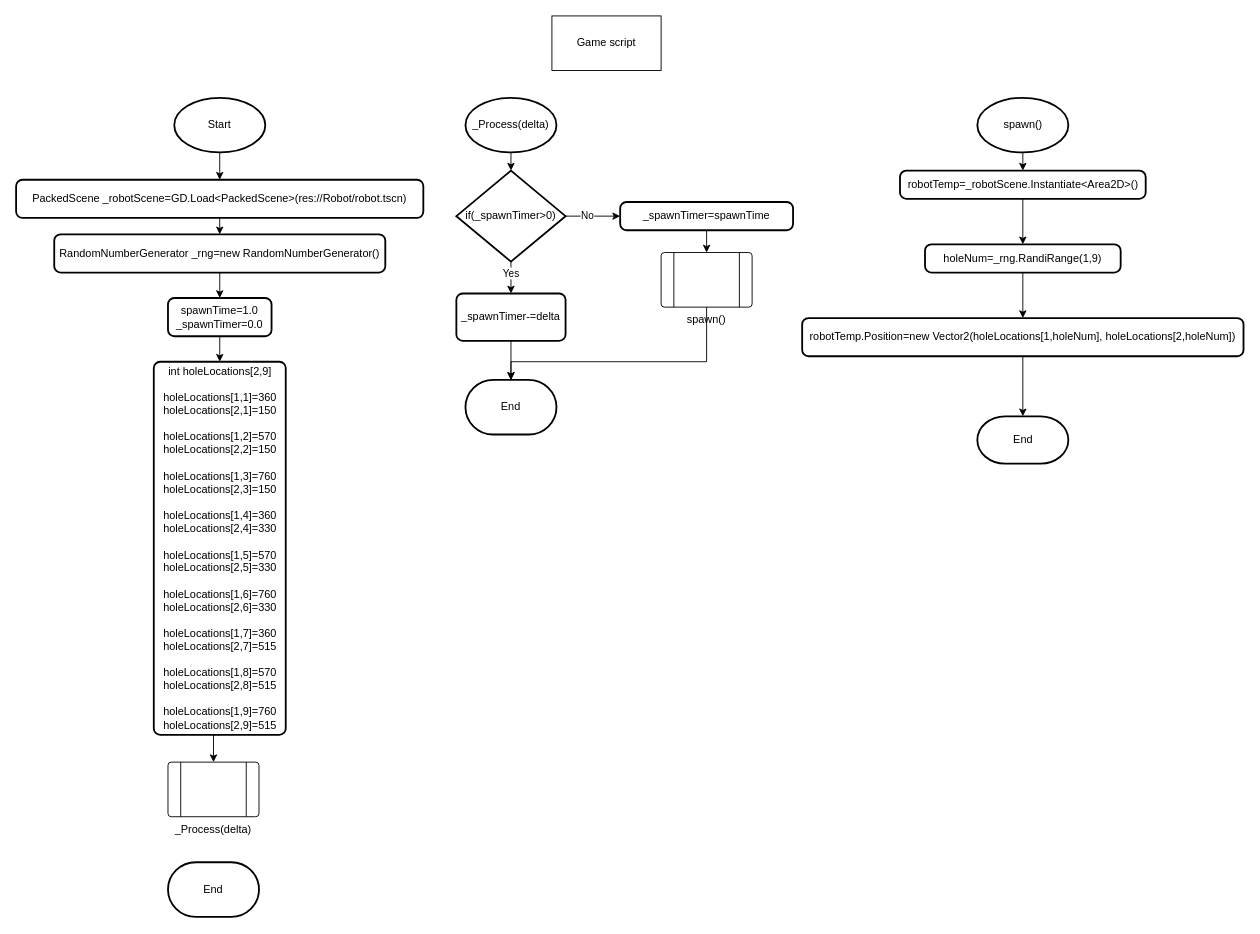
Earlier version of the draw.io diagram whack-a-robot/Game/game flowchart.drawio (BHASVIC-Kasper25/Whack-a-Robot). Source tidied: cells renumbered, new cells numbered last; positions are measured from the earlier drawing's top-left corner, leaving out a move shared by most shapes. Both pictures are drawn from the tidied source at 91%, with x=0, y=0 at pixel (15, 15).
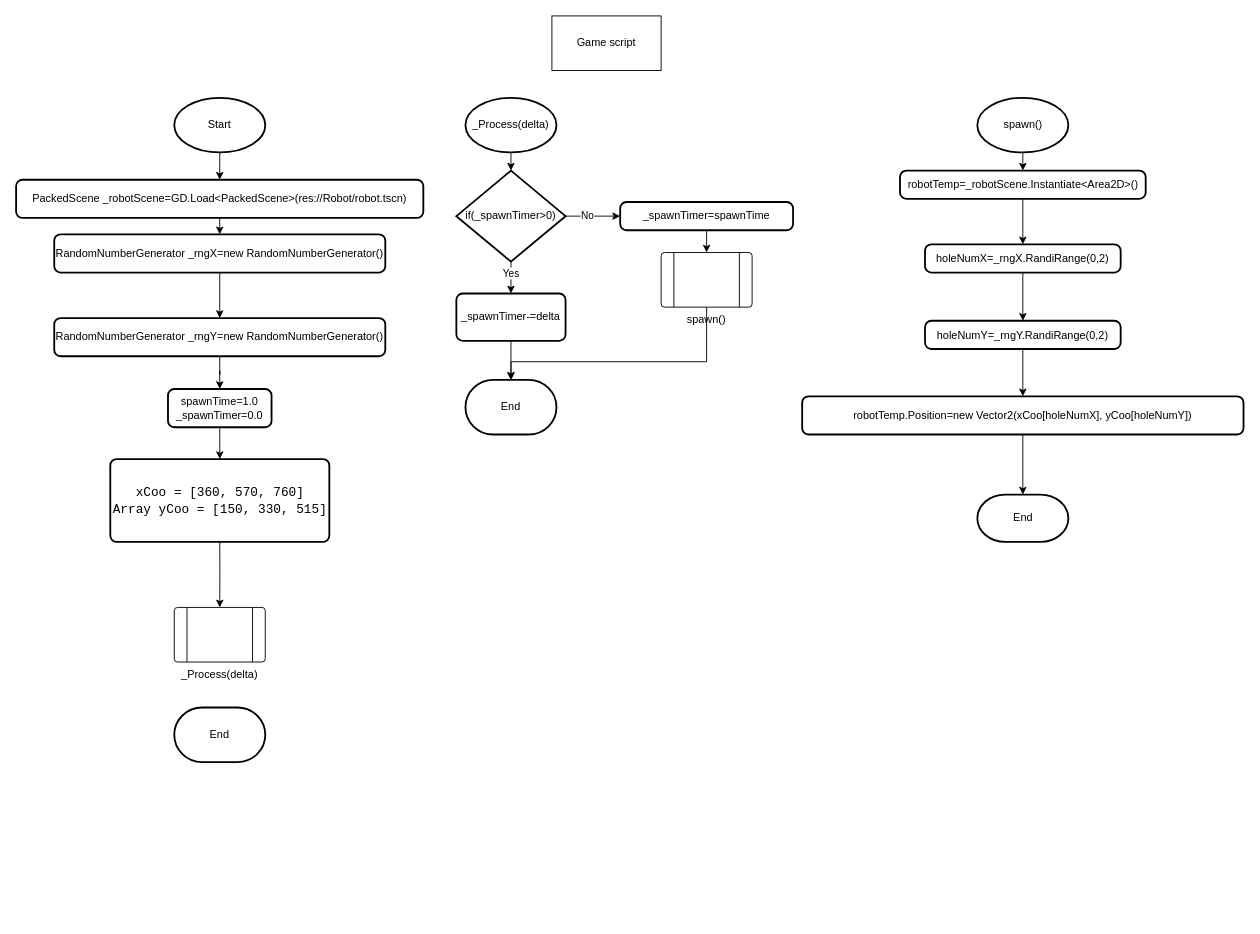
Above is the later version.

The edit, as a diff of the source:
```diff
@@
     <mxCell id="3" value="_Process(delta)" style="verticalLabelPosition=bottom;verticalAlign=top;html=1;shape=process;whiteSpace=wrap;rounded=1;size=0.14;arcSize=6;" parent="1" vertex="1">
-      <mxGeometry x="167.1" y="820" width="100" height="60" as="geometry" />
+      <mxGeometry x="174" y="650" width="100" height="60" as="geometry" />
     </mxCell>
@@
-    <mxCell id="8" style="edgeStyle=orthogonalEdgeStyle;rounded=0;jettySize=auto;html=1;exitX=0.5;exitY=1;exitDx=0;exitDy=0;entryX=0.5;entryY=0;entryDx=0;entryDy=0;" parent="1" edge="1" source="9" target="11">
-      <mxGeometry relative="1" as="geometry" />
-    </mxCell>
+    <mxCell id="38" style="edgeStyle=orthogonalEdgeStyle;rounded=0;jettySize=auto;html=1;exitX=0.5;exitY=1;exitDx=0;exitDy=0;entryX=0.5;entryY=0;entryDx=0;entryDy=0;" parent="1" edge="1" source="9" target="41">
+      <mxGeometry relative="1" as="geometry" />
+    </mxCell>
-    <mxCell id="9" value="RandomNumberGenerator _rng=new RandomNumberGenerator()" style="rounded=1;whiteSpace=wrap;html=1;absoluteArcSize=1;arcSize=14;strokeWidth=2;" parent="1" vertex="1">
+    <mxCell id="9" value="RandomNumberGenerator _rngX=new RandomNumberGenerator()" style="rounded=1;whiteSpace=wrap;html=1;absoluteArcSize=1;arcSize=14;strokeWidth=2;" parent="1" vertex="1">
       <mxGeometry x="42.1" y="240" width="363.8" height="42" as="geometry" />
     </mxCell>
@@
     <mxCell id="11" value="spawnTime=1.0&lt;div&gt;_spawnTimer=0.0&lt;/div&gt;" style="rounded=1;whiteSpace=wrap;html=1;absoluteArcSize=1;arcSize=14;strokeWidth=2;" parent="1" vertex="1">
-      <mxGeometry x="167.1" y="310" width="113.8" height="42" as="geometry" />
+      <mxGeometry x="167.1" y="410" width="113.8" height="42" as="geometry" />
     </mxCell>
@@
-    <mxCell id="27" style="edgeStyle=orthogonalEdgeStyle;rounded=0;jettySize=auto;html=1;exitX=0.5;exitY=1;exitDx=0;exitDy=0;" parent="1" edge="1" source="28" target="31">
-      <mxGeometry relative="1" as="geometry" />
-    </mxCell>
+    <mxCell id="39" style="edgeStyle=orthogonalEdgeStyle;rounded=0;jettySize=auto;html=1;exitX=0.5;exitY=1;exitDx=0;exitDy=0;entryX=0.5;entryY=0;entryDx=0;entryDy=0;" parent="1" edge="1" source="28" target="43">
+      <mxGeometry relative="1" as="geometry" />
+    </mxCell>
-    <mxCell id="28" value="holeNum=_rng.RandiRange(1,9)" style="rounded=1;whiteSpace=wrap;html=1;absoluteArcSize=1;arcSize=14;strokeWidth=2;" parent="1" vertex="1">
+    <mxCell id="28" value="holeNumX=_rngX.RandiRange(0,2)" style="rounded=1;whiteSpace=wrap;html=1;absoluteArcSize=1;arcSize=14;strokeWidth=2;" parent="1" vertex="1">
       <mxGeometry x="999" y="251" width="215" height="31" as="geometry" />
     </mxCell>
@@
-    <mxCell id="30" value="int holeLocations[2,9]&lt;div&gt;&lt;br&gt;&lt;div&gt;holeLocations[1,1]=360&lt;/div&gt;&lt;div&gt;holeLocations[2,1]=150&lt;/div&gt;&lt;div&gt;&lt;br&gt;&lt;/div&gt;&lt;div&gt;&lt;div&gt;holeLocations[1,2]=570&lt;/div&gt;&lt;div&gt;holeLocations[2,2]=150&lt;/div&gt;&lt;/div&gt;&lt;div&gt;&lt;br&gt;&lt;/div&gt;&lt;div&gt;&lt;div&gt;holeLocations[1,3]=760&lt;/div&gt;&lt;div&gt;holeLocations[2,3]=150&lt;/div&gt;&lt;/div&gt;&lt;/div&gt;&lt;div&gt;&lt;br&gt;&lt;/div&gt;&lt;div&gt;&lt;div&gt;holeLocations[1,4]=360&lt;/div&gt;&lt;div&gt;holeLocations[2,4]=330&lt;/div&gt;&lt;div&gt;&lt;br&gt;&lt;/div&gt;&lt;div&gt;&lt;div&gt;holeLocations[1,5]=570&lt;/div&gt;&lt;div&gt;holeLocations[2,5]=330&lt;/div&gt;&lt;/div&gt;&lt;div&gt;&lt;br&gt;&lt;/div&gt;&lt;div&gt;&lt;div&gt;holeLocations[1,6]=760&lt;/div&gt;&lt;div&gt;holeLocations[2,6]=330&lt;/div&gt;&lt;/div&gt;&lt;/div&gt;&lt;div&gt;&lt;br&gt;&lt;/div&gt;&lt;div&gt;&lt;div&gt;holeLocations[1,7]=360&lt;/div&gt;&lt;div&gt;holeLocations[2,7]=515&lt;/div&gt;&lt;div&gt;&lt;br&gt;&lt;/div&gt;&lt;div&gt;&lt;div&gt;holeLocations[1,8]=570&lt;/div&gt;&lt;div&gt;holeLocations[2,8]=515&lt;/div&gt;&lt;/div&gt;&lt;div&gt;&lt;br&gt;&lt;/div&gt;&lt;div&gt;&lt;div&gt;holeLocations[1,9]=760&lt;/div&gt;&lt;div&gt;holeLocations[2,9]=515&lt;/div&gt;&lt;/div&gt;&lt;/div&gt;" style="rounded=1;whiteSpace=wrap;html=1;absoluteArcSize=1;arcSize=14;strokeWidth=2;" parent="1" vertex="1">
-      <mxGeometry x="151.5" y="380" width="145" height="410" as="geometry" />
+    <mxCell id="30" value="&lt;div style=&quot;font-family: Consolas, &amp;quot;Courier New&amp;quot;, monospace; font-size: 14px; line-height: 19px; white-space: pre;&quot;&gt;&lt;span style=&quot;color: rgb(0, 0, 0);&quot;&gt;&lt;div style=&quot;line-height: 19px;&quot;&gt;xCoo = [360, 570, 760]&lt;/div&gt;&lt;/span&gt;&lt;/div&gt;&lt;div style=&quot;font-family: Consolas, &amp;quot;Courier New&amp;quot;, monospace; font-size: 14px; line-height: 19px; white-space: pre;&quot;&gt;&lt;span style=&quot;color: rgb(0, 0, 0);&quot;&gt;Array yCoo = [150, 330, 515]&lt;/span&gt;&lt;/div&gt;" style="rounded=1;whiteSpace=wrap;html=1;absoluteArcSize=1;arcSize=14;strokeWidth=2;" parent="1" vertex="1">
+      <mxGeometry x="103.7" y="487" width="240.7" height="91" as="geometry" />
     </mxCell>
-    <mxCell id="31" value="robotTemp.Position=new Vector2(holeLocations[1,holeNum], holeLocations[2,holeNum])" style="rounded=1;whiteSpace=wrap;html=1;absoluteArcSize=1;arcSize=14;strokeWidth=2;" parent="1" vertex="1">
-      <mxGeometry x="864" y="332" width="485" height="42" as="geometry" />
+    <mxCell id="31" value="robotTemp.Position=new Vector2(xCoo[holeNumX], yCoo[holeNumY])" style="rounded=1;whiteSpace=wrap;html=1;absoluteArcSize=1;arcSize=14;strokeWidth=2;" parent="1" vertex="1">
+      <mxGeometry x="864" y="418" width="485" height="42" as="geometry" />
     </mxCell>
     <mxCell id="32" value="End" style="strokeWidth=2;html=1;shape=mxgraph.flowchart.terminator;whiteSpace=wrap;" parent="1" vertex="1">
-      <mxGeometry x="167.1" y="930" width="100" height="60" as="geometry" />
+      <mxGeometry x="174" y="760" width="100" height="60" as="geometry" />
     </mxCell>
@@
     <mxCell id="35" value="End" style="strokeWidth=2;html=1;shape=mxgraph.flowchart.terminator;whiteSpace=wrap;" parent="1" vertex="1">
-      <mxGeometry x="1056.5" y="440" width="100" height="52" as="geometry" />
+      <mxGeometry x="1056.5" y="526" width="100" height="52" as="geometry" />
     </mxCell>
@@
+    <mxCell id="40" style="edgeStyle=orthogonalEdgeStyle;rounded=0;jettySize=auto;html=1;exitX=0.5;exitY=1;exitDx=0;exitDy=0;" parent="1" edge="1" source="41" target="11">
+      <mxGeometry relative="1" as="geometry" />
+    </mxCell>
+    <mxCell id="41" value="RandomNumberGenerator _rngY=new RandomNumberGenerator()" style="rounded=1;whiteSpace=wrap;html=1;absoluteArcSize=1;arcSize=14;strokeWidth=2;" parent="1" vertex="1">
+      <mxGeometry x="42.1" y="332" width="363.8" height="42" as="geometry" />
+    </mxCell>
+    <mxCell id="42" style="edgeStyle=orthogonalEdgeStyle;rounded=0;jettySize=auto;html=1;exitX=0.5;exitY=1;exitDx=0;exitDy=0;entryX=0.5;entryY=0;entryDx=0;entryDy=0;" parent="1" edge="1" source="43" target="31">
+      <mxGeometry relative="1" as="geometry" />
+    </mxCell>
+    <mxCell id="43" value="holeNumY=_rngY.RandiRange(0,2)" style="rounded=1;whiteSpace=wrap;html=1;absoluteArcSize=1;arcSize=14;strokeWidth=2;" parent="1" vertex="1">
+      <mxGeometry x="999" y="335" width="215" height="31" as="geometry" />
+    </mxCell>
```
